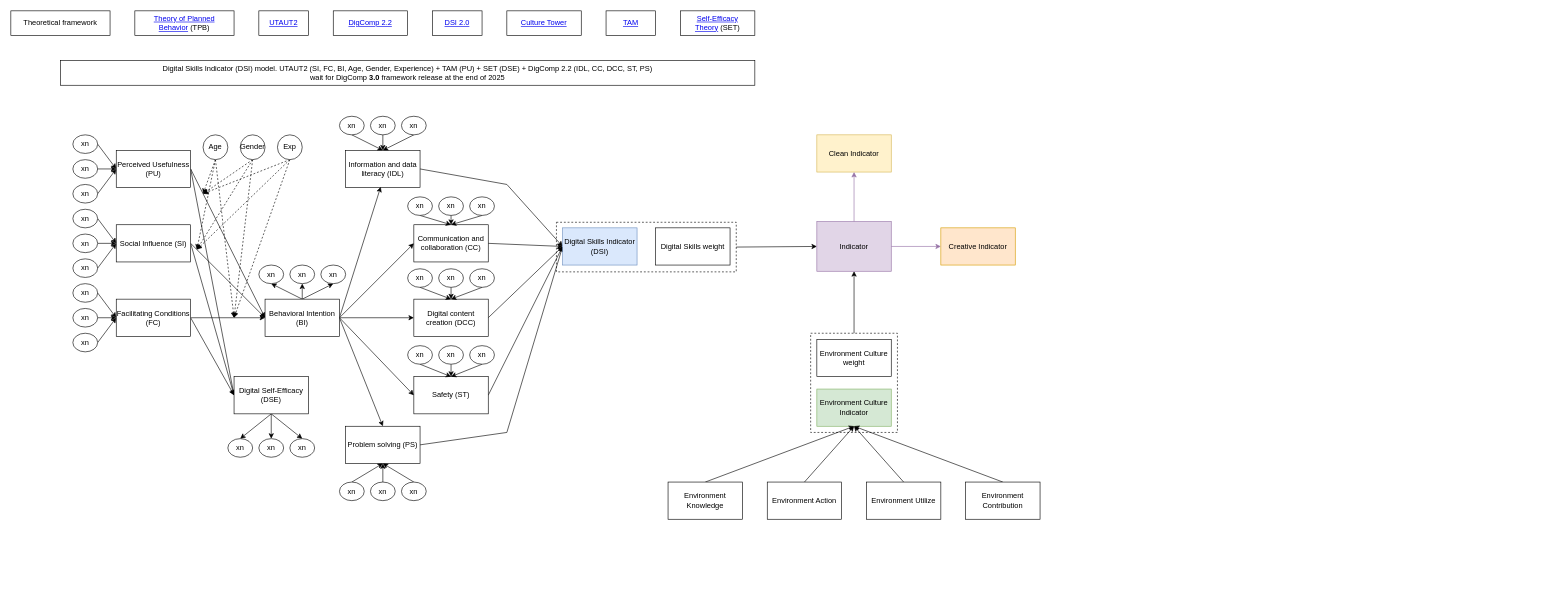
hnks-gh/draw.io keeps this draw.io diagram as r1-model.drawio. Above is the earlier version. Source tidied: cells renumbered, new cells numbered last; positions are measured from the earlier drawing's top-left corner, leaving out a move shared by most shapes. Both pictures are drawn from the tidied source at 62%, with x=0, y=0 at pixel (11, 11).
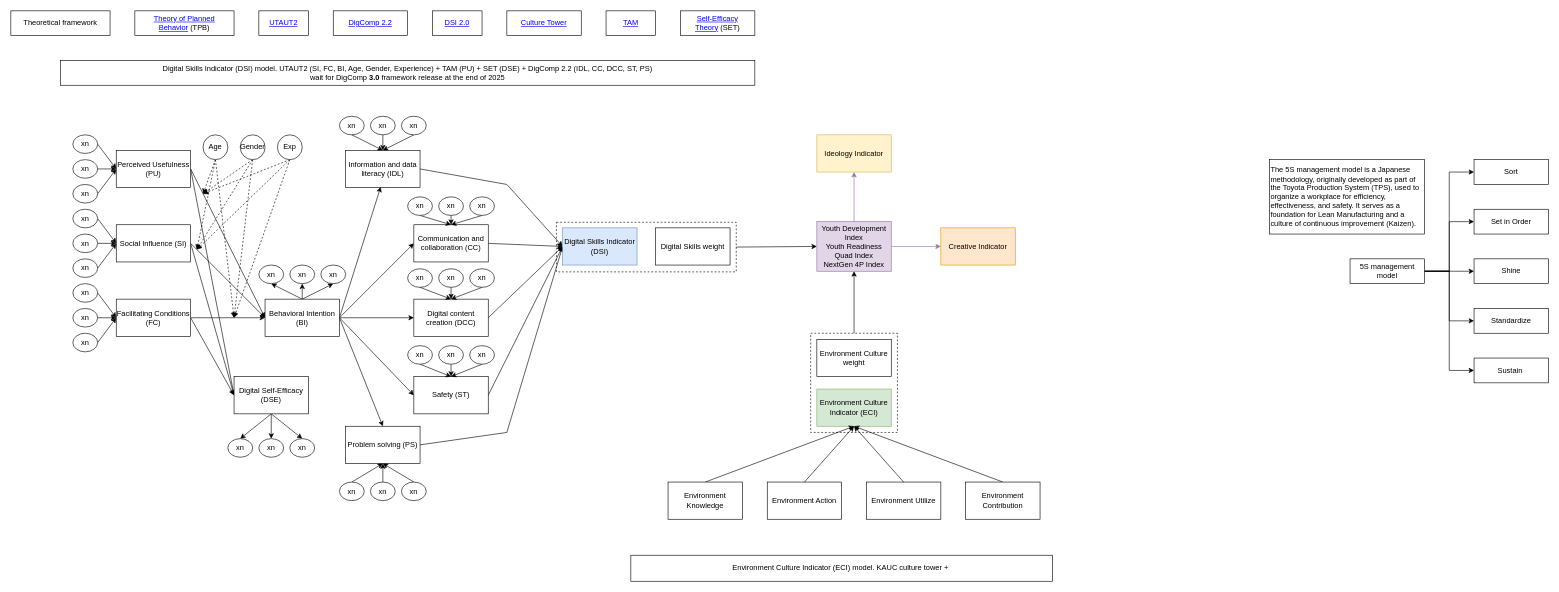
Above is the later version.

Change to the diagram source:
```diff
@@
-    <mxCell id="21" value="Environment Culture Indicator" style="rounded=0;whiteSpace=wrap;html=1;fillColor=#d5e8d4;strokeColor=#82b366;" parent="1" vertex="1">
+    <mxCell id="21" value="Environment Culture Indicator (ECI)" style="rounded=0;whiteSpace=wrap;html=1;fillColor=#d5e8d4;strokeColor=#82b366;" parent="1" vertex="1">
       <mxGeometry x="1300" y="610" width="120" height="60" as="geometry" />
     </mxCell>
@@
-    <mxCell id="23" value="Clean Indicator" style="rounded=0;whiteSpace=wrap;html=1;fillColor=#fff2cc;strokeColor=#d6b656;" parent="1" vertex="1">
+    <mxCell id="23" value="Ideology Indicator" style="rounded=0;whiteSpace=wrap;html=1;fillColor=#fff2cc;strokeColor=#d6b656;" parent="1" vertex="1">
       <mxGeometry x="1300" y="200" width="120" height="60" as="geometry" />
     </mxCell>
@@
-    <mxCell id="26" value="Indicator" style="rounded=0;whiteSpace=wrap;html=1;fillColor=#e1d5e7;strokeColor=#9673a6;" parent="1" vertex="1">
+    <mxCell id="26" value="&lt;div&gt;Youth Development Index&lt;/div&gt;Youth Readiness Quad Index&lt;div&gt;NextGen 4P Index&lt;/div&gt;" style="rounded=0;whiteSpace=wrap;html=1;fillColor=#e1d5e7;strokeColor=#9673a6;" parent="1" vertex="1">
       <mxGeometry x="1300" y="340" width="120" height="80" as="geometry" />
     </mxCell>
@@
+    <mxCell id="130" style="edgeStyle=orthogonalEdgeStyle;rounded=0;jettySize=auto;html=1;exitX=1;exitY=0.5;exitDx=0;exitDy=0;entryX=0;entryY=0.5;entryDx=0;entryDy=0;" parent="1" edge="1" source="135" target="137">
+      <mxGeometry relative="1" as="geometry" />
+    </mxCell>
+    <mxCell id="131" style="edgeStyle=orthogonalEdgeStyle;rounded=0;jettySize=auto;html=1;exitX=1;exitY=0.5;exitDx=0;exitDy=0;entryX=0;entryY=0.5;entryDx=0;entryDy=0;" parent="1" edge="1" source="135" target="136">
+      <mxGeometry relative="1" as="geometry" />
+    </mxCell>
+    <mxCell id="132" style="edgeStyle=orthogonalEdgeStyle;rounded=0;jettySize=auto;html=1;exitX=1;exitY=0.5;exitDx=0;exitDy=0;entryX=0;entryY=0.5;entryDx=0;entryDy=0;" parent="1" edge="1" source="135" target="138">
+      <mxGeometry relative="1" as="geometry" />
+    </mxCell>
+    <mxCell id="133" style="edgeStyle=orthogonalEdgeStyle;rounded=0;jettySize=auto;html=1;exitX=1;exitY=0.5;exitDx=0;exitDy=0;entryX=0;entryY=0.5;entryDx=0;entryDy=0;" parent="1" edge="1" source="135" target="139">
+      <mxGeometry relative="1" as="geometry" />
+    </mxCell>
+    <mxCell id="134" style="edgeStyle=orthogonalEdgeStyle;rounded=0;jettySize=auto;html=1;exitX=1;exitY=0.5;exitDx=0;exitDy=0;entryX=0;entryY=0.5;entryDx=0;entryDy=0;" parent="1" edge="1" source="135" target="140">
+      <mxGeometry relative="1" as="geometry" />
+    </mxCell>
+    <mxCell id="135" value="5S management model" style="rounded=0;whiteSpace=wrap;html=1;" parent="1" vertex="1">
+      <mxGeometry x="2160" y="400" width="120" height="40" as="geometry" />
+    </mxCell>
+    <mxCell id="136" value="Sort" style="whiteSpace=wrap;html=1;rounded=0;" parent="1" vertex="1">
+      <mxGeometry x="2360" y="240" width="120" height="40" as="geometry" />
+    </mxCell>
+    <mxCell id="137" value="Set in Order" style="whiteSpace=wrap;html=1;rounded=0;" parent="1" vertex="1">
+      <mxGeometry x="2360" y="320" width="120" height="40" as="geometry" />
+    </mxCell>
+    <mxCell id="138" value="Shine" style="whiteSpace=wrap;html=1;rounded=0;" parent="1" vertex="1">
+      <mxGeometry x="2360" y="400" width="120" height="40" as="geometry" />
+    </mxCell>
+    <mxCell id="139" value="Standardize" style="whiteSpace=wrap;html=1;rounded=0;" parent="1" vertex="1">
+      <mxGeometry x="2360" y="480" width="120" height="40" as="geometry" />
+    </mxCell>
+    <mxCell id="140" value="Sustain&amp;nbsp;" style="whiteSpace=wrap;html=1;rounded=0;" parent="1" vertex="1">
+      <mxGeometry x="2360" y="560" width="120" height="40" as="geometry" />
+    </mxCell>
+    <mxCell id="141" value="The 5S management model is a Japanese methodology, originally developed as part of the Toyota Production System (TPS), used to organize a workplace for efficiency, effectiveness, and safety. It serves as a foundation for Lean Manufacturing and a culture of continuous improvement (Kaizen)." style="rounded=0;whiteSpace=wrap;html=1;align=left;" parent="1" vertex="1">
+      <mxGeometry x="2030" y="240" width="250" height="120" as="geometry" />
+    </mxCell>
+    <mxCell id="142" value="Environment Culture Indicator (ECI)&amp;nbsp;model. KAUC culture tower +&amp;nbsp;" style="rounded=0;whiteSpace=wrap;html=1;" parent="1" vertex="1">
+      <mxGeometry x="1000" y="878" width="680" height="42" as="geometry" />
+    </mxCell>
```
